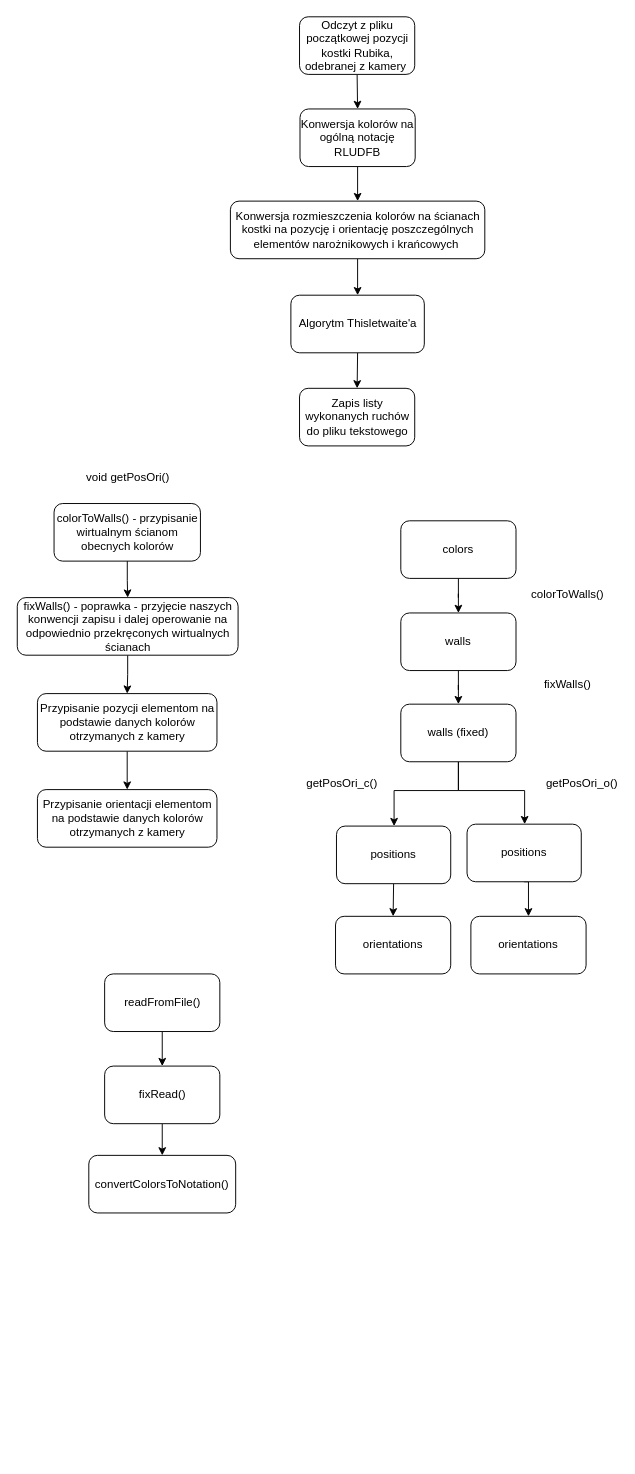
The draw.io diagram PK_Text/R_SB_A.drawio in Gibek-Banan/Rubik_My, before the edit. Source tidied: cells renumbered, new cells numbered last; positions are measured from the earlier drawing's top-left corner, leaving out a move shared by most shapes. Both pictures are drawn from the tidied source at 96%, with x=0, y=0 at pixel (17, 16).
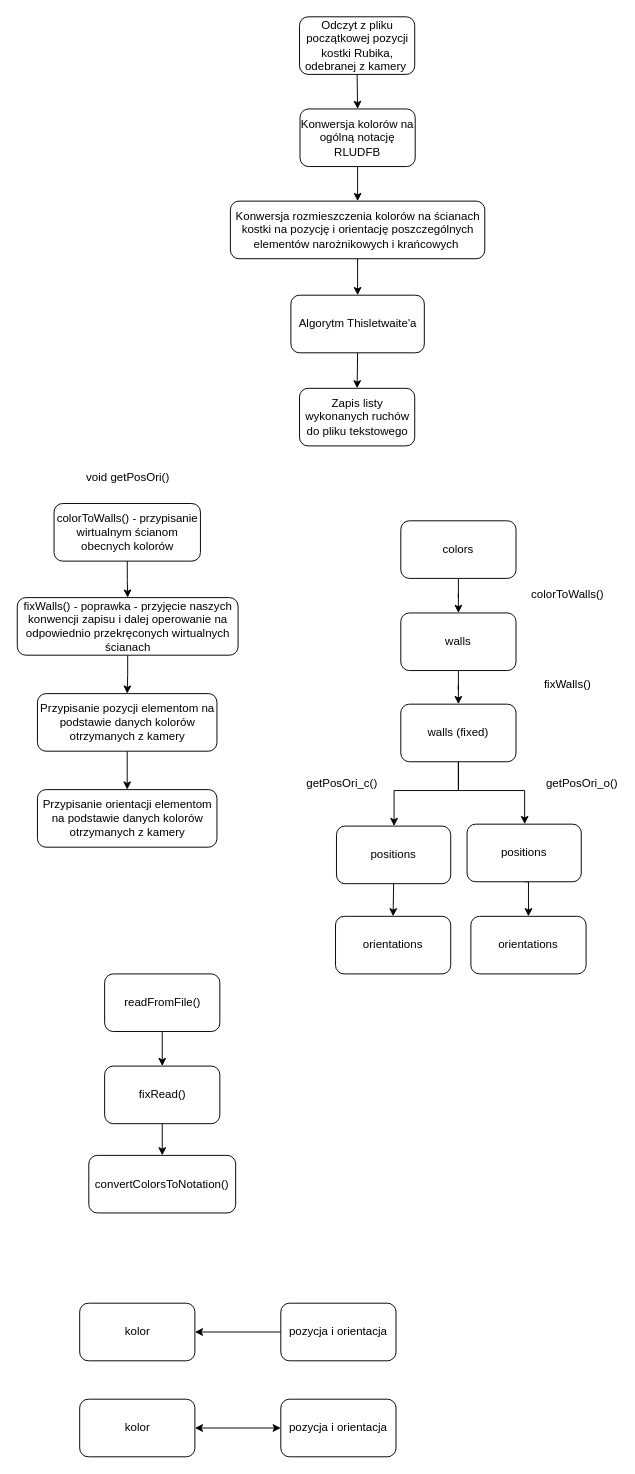
The same diagram, later.

Diff of the diagram source:
```diff
@@
+    <mxCell id="41" value="kolor" style="rounded=1;whiteSpace=wrap;html=1;" parent="1" vertex="1">
+      <mxGeometry x="64.5" y="1340" width="120" height="60" as="geometry" />
+    </mxCell>
+    <mxCell id="42" style="edgeStyle=orthogonalEdgeStyle;rounded=0;jettySize=auto;html=1;exitX=0;exitY=0.5;exitDx=0;exitDy=0;" parent="1" edge="1" source="43" target="41">
+      <mxGeometry relative="1" as="geometry" />
+    </mxCell>
+    <mxCell id="43" value="pozycja i orientacja" style="rounded=1;whiteSpace=wrap;html=1;" parent="1" vertex="1">
+      <mxGeometry x="274" y="1340" width="120" height="60" as="geometry" />
+    </mxCell>
+    <mxCell id="44" value="kolor" style="rounded=1;whiteSpace=wrap;html=1;" parent="1" vertex="1">
+      <mxGeometry x="64.5" y="1440" width="120" height="60" as="geometry" />
+    </mxCell>
+    <mxCell id="45" value="pozycja i orientacja" style="rounded=1;whiteSpace=wrap;html=1;" parent="1" vertex="1">
+      <mxGeometry x="274" y="1440" width="120" height="60" as="geometry" />
+    </mxCell>
+    <mxCell id="46" style="endArrow=classic;startArrow=classic;html=1;rounded=0;entryX=0;entryY=0.5;entryDx=0;entryDy=0;exitX=1;exitY=0.5;exitDx=0;exitDy=0;" parent="1" edge="1" source="44" target="45">
+      <mxGeometry relative="1" as="geometry" />
+    </mxCell>
```
